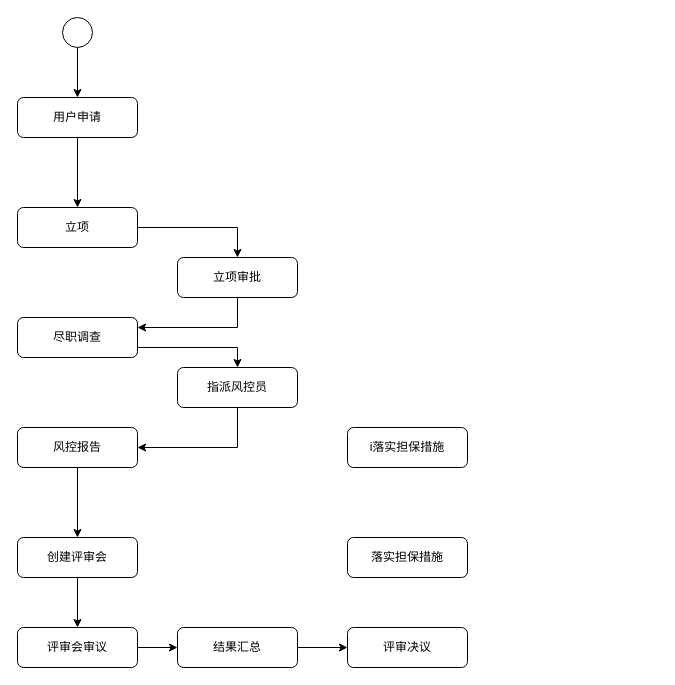
Before: 旧担保流程.drawio in isugarbox/diagrams, a draw.io diagram. Source tidied: cells renumbered, new cells numbered last; positions are measured from the earlier drawing's top-left corner, leaving out a move shared by most shapes. Both pictures are drawn from the tidied source at 100%, with x=0, y=0 at pixel (17, 17).
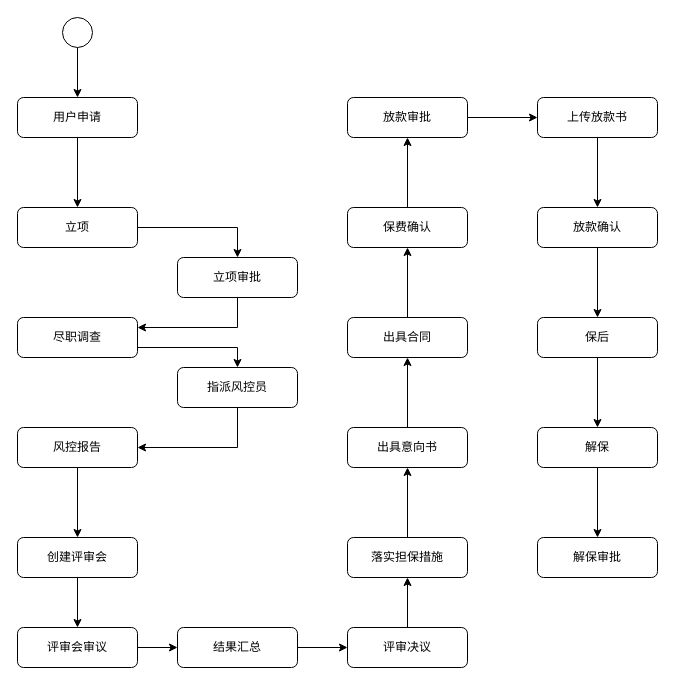
The same diagram, later.

Commit message (it also covers changes not shown here):
更新旧担保流程.drawio

The change refers to these unchanged cells:
```xml
<mxCell id="22" value="评审决议" style="rounded=1;whiteSpace=wrap;html=1;fontSize=12;glass=0;strokeWidth=1;shadow=0;" parent="1" vertex="1">
  <mxGeometry x="330" y="610" width="120" height="40" as="geometry" />
</mxCell>
<mxCell id="23" value="落实担保措施" style="rounded=1;whiteSpace=wrap;html=1;fontSize=12;glass=0;strokeWidth=1;shadow=0;" parent="1" vertex="1">
  <mxGeometry x="330" y="520" width="120" height="40" as="geometry" />
</mxCell>
```

The edit, as a diff of the source:
```diff
@@
+    <mxCell id="25" style="edgeStyle=orthogonalEdgeStyle;rounded=0;jettySize=auto;html=1;" parent="1" edge="1" source="22" target="23">
+      <mxGeometry relative="1" as="geometry" />
+    </mxCell>
@@
+    <mxCell id="26" style="edgeStyle=orthogonalEdgeStyle;rounded=0;jettySize=auto;html=1;" parent="1" edge="1" source="23" target="24">
+      <mxGeometry relative="1" as="geometry" />
+    </mxCell>
@@
+    <mxCell id="27" style="edgeStyle=orthogonalEdgeStyle;rounded=0;jettySize=auto;html=1;" parent="1" edge="1" source="24" target="29">
+      <mxGeometry relative="1" as="geometry" />
+    </mxCell>
-    <mxCell id="24" value="i落实担保措施" style="rounded=1;whiteSpace=wrap;html=1;fontSize=12;glass=0;strokeWidth=1;shadow=0;" parent="1" vertex="1">
+    <mxCell id="24" value="出具意向书" style="rounded=1;whiteSpace=wrap;html=1;fontSize=12;glass=0;strokeWidth=1;shadow=0;" parent="1" vertex="1">
       <mxGeometry x="330" y="410" width="120" height="40" as="geometry" />
     </mxCell>
+    <mxCell id="28" style="edgeStyle=orthogonalEdgeStyle;rounded=0;jettySize=auto;html=1;" parent="1" edge="1" source="29" target="31">
+      <mxGeometry relative="1" as="geometry" />
+    </mxCell>
+    <mxCell id="29" value="出具合同" style="rounded=1;whiteSpace=wrap;html=1;fontSize=12;glass=0;strokeWidth=1;shadow=0;" parent="1" vertex="1">
+      <mxGeometry x="330" y="300" width="120" height="40" as="geometry" />
+    </mxCell>
+    <mxCell id="30" style="edgeStyle=orthogonalEdgeStyle;rounded=0;jettySize=auto;html=1;" parent="1" edge="1" source="31" target="33">
+      <mxGeometry relative="1" as="geometry" />
+    </mxCell>
+    <mxCell id="31" value="保费确认" style="rounded=1;whiteSpace=wrap;html=1;fontSize=12;glass=0;strokeWidth=1;shadow=0;" parent="1" vertex="1">
+      <mxGeometry x="330" y="190" width="120" height="40" as="geometry" />
+    </mxCell>
+    <mxCell id="32" style="edgeStyle=orthogonalEdgeStyle;rounded=0;jettySize=auto;html=1;" parent="1" edge="1" source="33" target="35">
+      <mxGeometry relative="1" as="geometry" />
+    </mxCell>
+    <mxCell id="33" value="放款审批" style="rounded=1;whiteSpace=wrap;html=1;fontSize=12;glass=0;strokeWidth=1;shadow=0;" parent="1" vertex="1">
+      <mxGeometry x="330" y="80" width="120" height="40" as="geometry" />
+    </mxCell>
+    <mxCell id="34" style="edgeStyle=orthogonalEdgeStyle;rounded=0;jettySize=auto;html=1;" parent="1" edge="1" source="35" target="37">
+      <mxGeometry relative="1" as="geometry" />
+    </mxCell>
+    <mxCell id="35" value="上传放款书" style="rounded=1;whiteSpace=wrap;html=1;fontSize=12;glass=0;strokeWidth=1;shadow=0;" parent="1" vertex="1">
+      <mxGeometry x="520" y="80" width="120" height="40" as="geometry" />
+    </mxCell>
+    <mxCell id="36" style="edgeStyle=orthogonalEdgeStyle;rounded=0;jettySize=auto;html=1;" parent="1" edge="1" source="37" target="39">
+      <mxGeometry relative="1" as="geometry" />
+    </mxCell>
+    <mxCell id="37" value="放款确认" style="rounded=1;whiteSpace=wrap;html=1;fontSize=12;glass=0;strokeWidth=1;shadow=0;" parent="1" vertex="1">
+      <mxGeometry x="520" y="190" width="120" height="40" as="geometry" />
+    </mxCell>
+    <mxCell id="38" style="edgeStyle=orthogonalEdgeStyle;rounded=0;jettySize=auto;html=1;" parent="1" edge="1" source="39" target="41">
+      <mxGeometry relative="1" as="geometry" />
+    </mxCell>
+    <mxCell id="39" value="保后" style="rounded=1;whiteSpace=wrap;html=1;fontSize=12;glass=0;strokeWidth=1;shadow=0;" parent="1" vertex="1">
+      <mxGeometry x="520" y="300" width="120" height="40" as="geometry" />
+    </mxCell>
+    <mxCell id="40" style="edgeStyle=orthogonalEdgeStyle;rounded=0;jettySize=auto;html=1;" parent="1" edge="1" source="41" target="42">
+      <mxGeometry relative="1" as="geometry" />
+    </mxCell>
+    <mxCell id="41" value="解保" style="rounded=1;whiteSpace=wrap;html=1;fontSize=12;glass=0;strokeWidth=1;shadow=0;" parent="1" vertex="1">
+      <mxGeometry x="520" y="410" width="120" height="40" as="geometry" />
+    </mxCell>
+    <mxCell id="42" value="解保审批" style="rounded=1;whiteSpace=wrap;html=1;fontSize=12;glass=0;strokeWidth=1;shadow=0;" parent="1" vertex="1">
+      <mxGeometry x="520" y="520" width="120" height="40" as="geometry" />
+    </mxCell>
```
